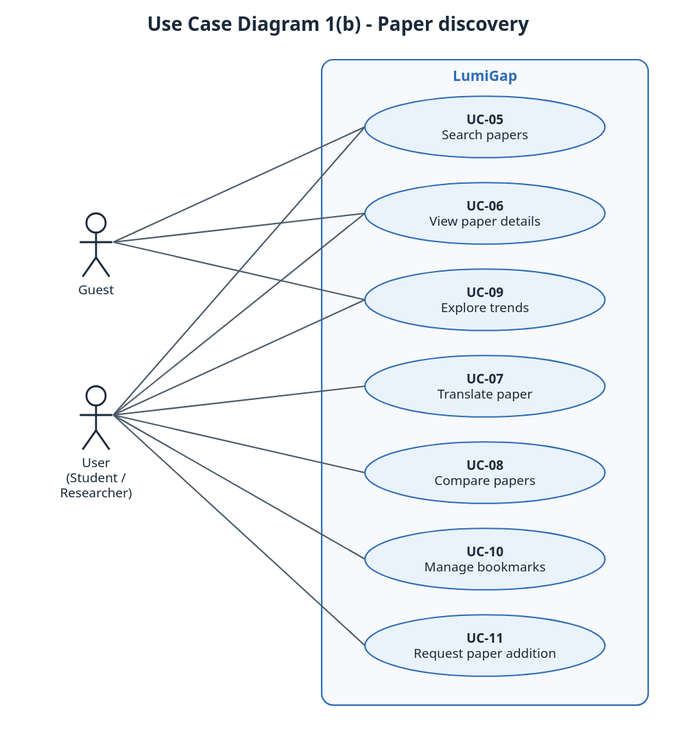
Earlier version of the PlantUML export docs/diagrams/report3/R3_UseCase_1b_Paper_Discovery.svg (Khoa-Hoa-Technology-Solution-Company/lumi-gap). Its source is kept beside it as docs/diagrams/report3/R3_UseCase_1b_Paper_Discovery.puml.
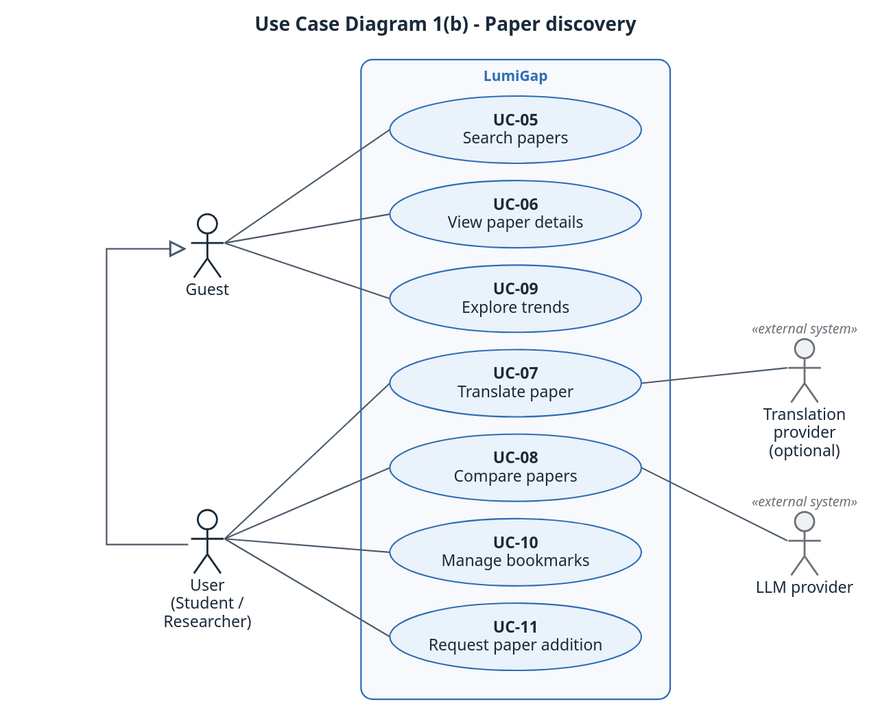
After the commit.

Change to the diagram source:
```diff
@@ -28,14 +28,16 @@
   BorderColor #2F6DB5
 }
 skinparam actorStyle awesome
-skinparam actor<<System>> {
-  BackgroundColor #FDECEA
-  BorderColor #C62828
+skinparam actor<<external system>> {
+  BackgroundColor #F0F1F3
+  BorderColor #8A8F98
 }
 left to right direction
 title Use Case Diagram 1(b) - Paper discovery
 actor "Guest" as G
 actor "User\n(Student / Researcher)" as U
+actor "Translation provider\n(optional)" as TP <<external system>>
+actor "LLM provider" as LLM <<external system>>
 rectangle "LumiGap" {
   usecase "UC-05\nSearch papers" as UC05
   usecase "UC-06\nView paper details" as UC06
@@ -45,14 +47,14 @@
   usecase "UC-10\nManage bookmarks" as UC10
   usecase "UC-11\nRequest paper addition" as UC11
 }
+U --|> G
 G -- UC05
 G -- UC06
 G -- UC09
-U -- UC05
-U -- UC06
-U -- UC09
 U -- UC07
 U -- UC08
 U -- UC10
 U -- UC11
+UC07 -- TP
+UC08 -- LLM
 @enduml
```
